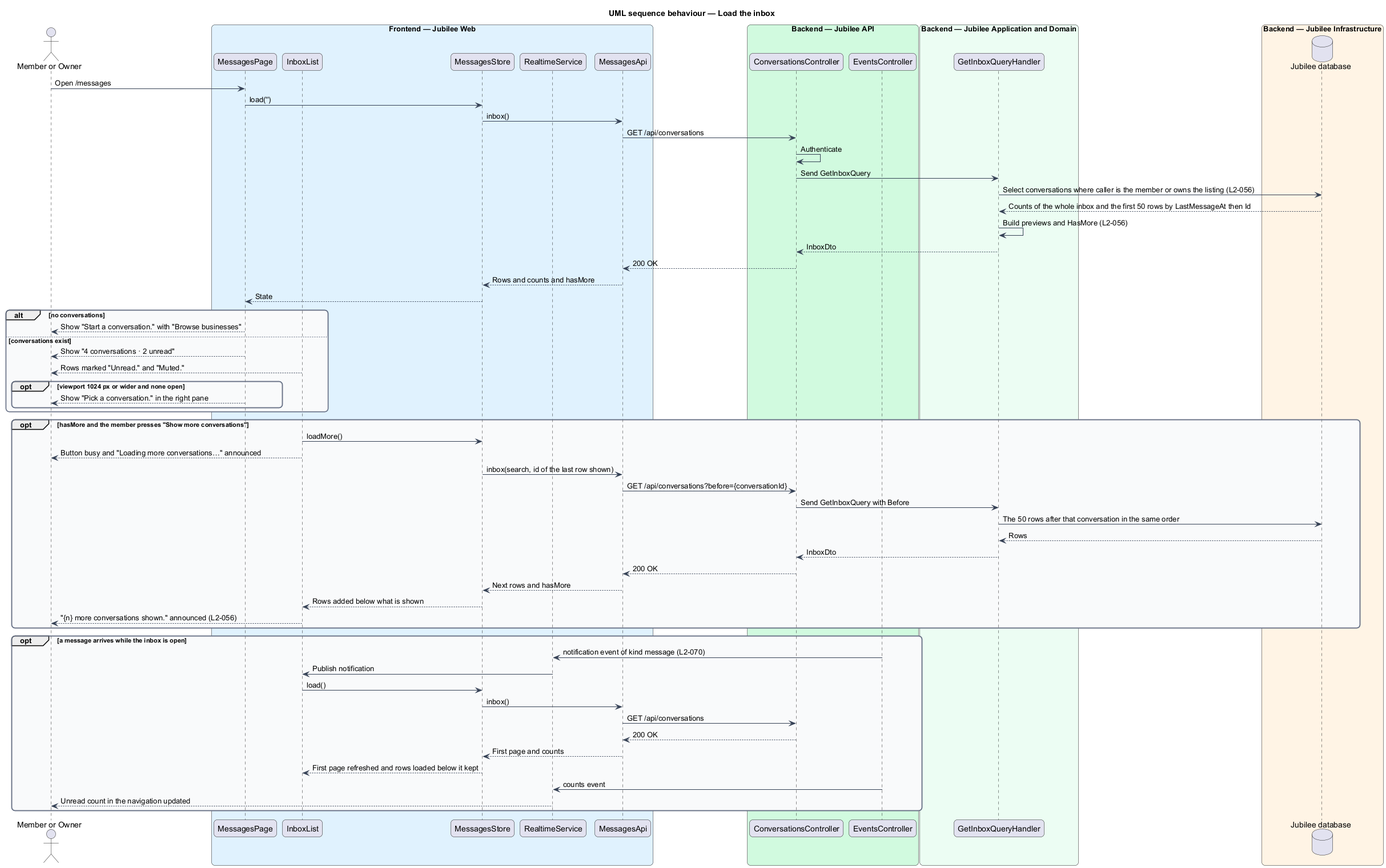
Earlier version of the PlantUML export docs/detailed-designs/messaging/read-inbox/diagrams/sequence-load-inbox.png (QuinntyneBrown/jubilee).
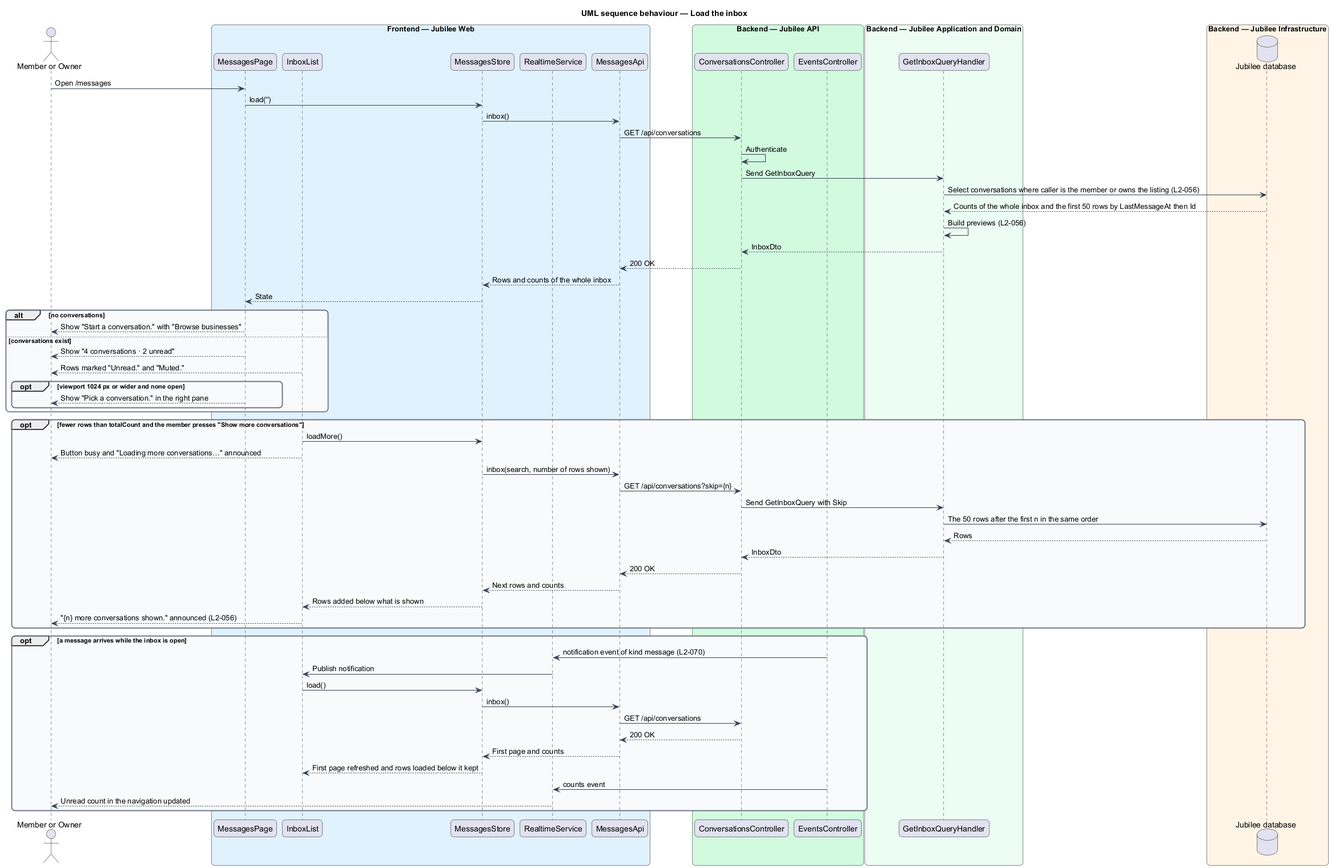
Later version of the same file.

Diff of the diagram source:
```diff
@@ -40,10 +40,10 @@
 controller -> handler : Send GetInboxQuery
 handler -> db : Select conversations where caller is the member or owns the listing (L2-056)
 db --> handler : Counts of the whole inbox and the first 50 rows by LastMessageAt then Id
-handler -> handler : Build previews and HasMore (L2-056)
+handler -> handler : Build previews (L2-056)
 handler --> controller : InboxDto
 controller --> client : 200 OK
-client --> store : Rows and counts and hasMore
+client --> store : Rows and counts of the whole inbox
 store --> page : State
 alt no conversations
   page --> member : Show "Start a conversation." with "Browse businesses"
@@ -54,17 +54,17 @@
     page --> member : Show "Pick a conversation." in the right pane
   end
 end
-opt hasMore and the member presses "Show more conversations"
+opt fewer rows than totalCount and the member presses "Show more conversations"
   list -> store : loadMore()
   list --> member : Button busy and "Loading more conversations…" announced
-  store -> client : inbox(search, id of the last row shown)
-  client -> controller : GET /api/conversations?before={conversationId}
-  controller -> handler : Send GetInboxQuery with Before
-  handler -> db : The 50 rows after that conversation in the same order
+  store -> client : inbox(search, number of rows shown)
+  client -> controller : GET /api/conversations?skip={n}
+  controller -> handler : Send GetInboxQuery with Skip
+  handler -> db : The 50 rows after the first n in the same order
   db --> handler : Rows
   handler --> controller : InboxDto
   controller --> client : 200 OK
-  client --> store : Next rows and hasMore
+  client --> store : Next rows and counts
   store --> list : Rows added below what is shown
   list --> member : "{n} more conversations shown." announced (L2-056)
 end
```
